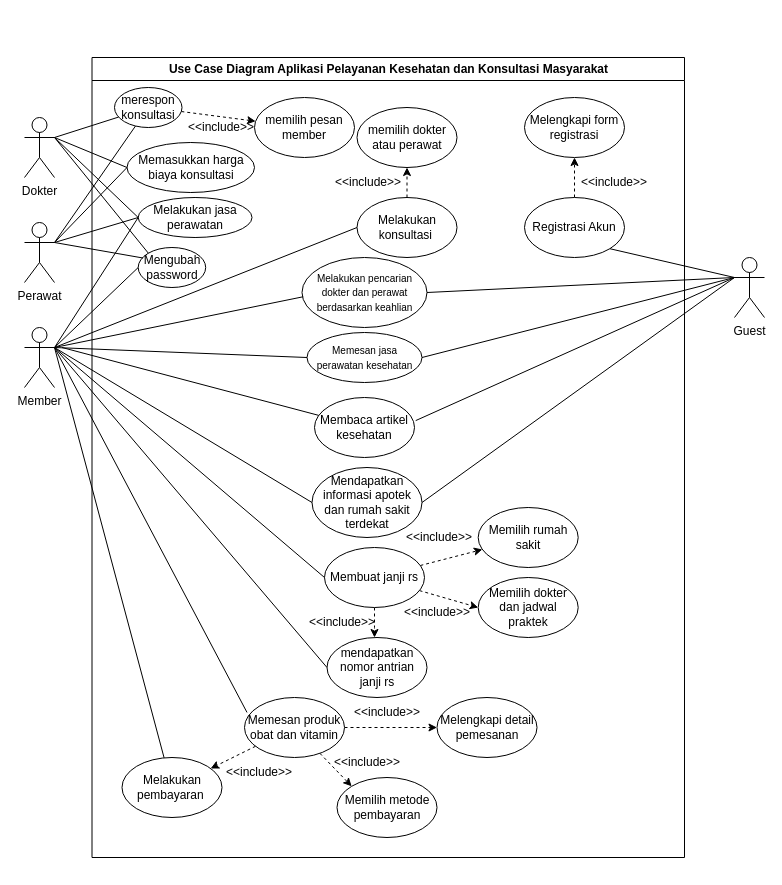
Earlier version of the draw.io diagram use case/use case ilham.drawio (Muhamadrafliseptian/rancangan-sistem-dan-dokumen). Source tidied: cells renumbered, new cells numbered last; positions are measured from the earlier drawing's top-left corner, leaving out a move shared by most shapes. Both pictures are drawn from the tidied source at 100%, with x=0, y=0 at pixel (24, 57).
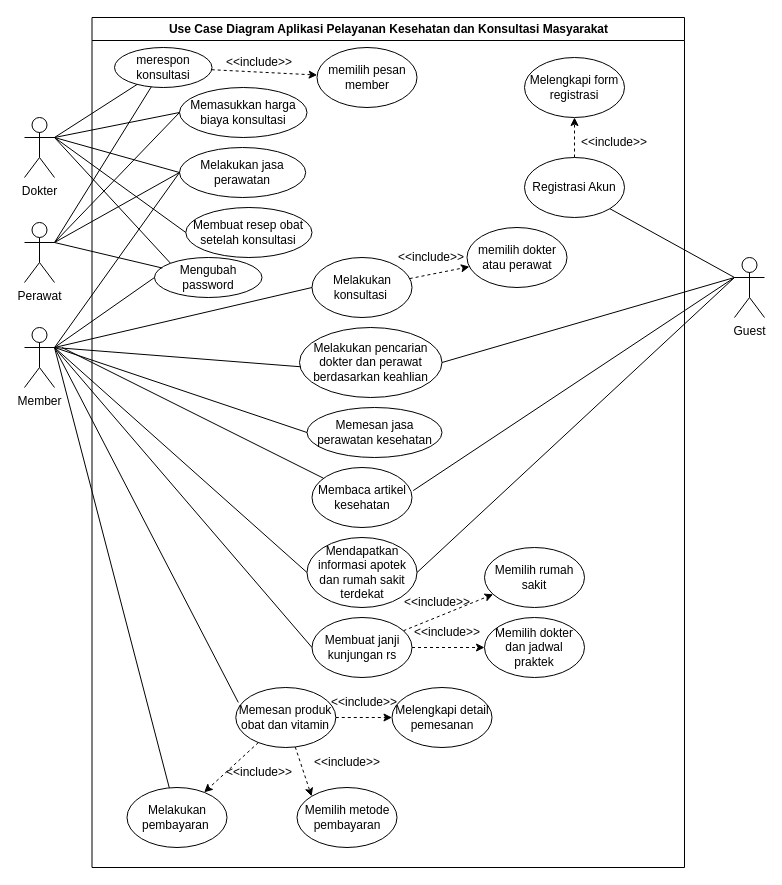
Above is the later version.

The change refers to these unchanged cells:
```xml
<mxCell id="47" value="Dokter" style="shape=umlActor;verticalLabelPosition=bottom;verticalAlign=top;html=1;outlineConnect=0;" parent="1" vertex="1">
  <mxGeometry y="60" width="30" height="60" as="geometry" />
</mxCell>
<mxCell id="64" value="Member" style="shape=umlActor;verticalLabelPosition=bottom;verticalAlign=top;html=1;outlineConnect=0;" parent="1" vertex="1">
  <mxGeometry y="270" width="30" height="60" as="geometry" />
</mxCell>
```

Change to the diagram source:
```diff
@@
     <mxCell id="2" value="Use Case Diagram Aplikasi Pelayanan Kesehatan dan Konsultasi Masyarakat" style="swimlane;whiteSpace=wrap;html=1;" parent="1" vertex="1">
-      <mxGeometry x="67.5" width="592.5" height="800" as="geometry" />
+      <mxGeometry x="67.5" y="-40" width="592.5" height="850" as="geometry" />
     </mxCell>
@@
     <mxCell id="7" value="Memasukkan harga biaya konsultasi" style="ellipse;whiteSpace=wrap;html=1;fillColor=default;strokeColor=default;" parent="2" vertex="1">
-      <mxGeometry x="35" y="85" width="127.5" height="50" as="geometry" />
+      <mxGeometry x="87.5" y="70" width="127.5" height="50" as="geometry" />
     </mxCell>
     <mxCell id="8" value="Membaca artikel kesehatan" style="ellipse;whiteSpace=wrap;html=1;" parent="2" vertex="1">
-      <mxGeometry x="222.5" y="340" width="100" height="60" as="geometry" />
+      <mxGeometry x="220" y="450" width="100" height="60" as="geometry" />
     </mxCell>
     <mxCell id="9" value="Mendapatkan informasi apotek dan rumah sakit terdekat" style="ellipse;whiteSpace=wrap;html=1;" parent="2" vertex="1">
-      <mxGeometry x="220" y="410" width="110" height="70" as="geometry" />
+      <mxGeometry x="215" y="520" width="110" height="70" as="geometry" />
     </mxCell>
@@
-    <mxCell id="12" style="edgeStyle=orthogonalEdgeStyle;rounded=0;jettySize=auto;html=1;entryX=0.5;entryY=0;entryDx=0;entryDy=0;dashed=1;" parent="2" edge="1" source="13">
-      <mxGeometry relative="1" as="geometry">
-        <mxPoint x="282.5" y="580" as="targetPoint" />
-      </mxGeometry>
-    </mxCell>
-    <mxCell id="13" value="Membuat janji rs" style="ellipse;whiteSpace=wrap;html=1;" parent="2" vertex="1">
-      <mxGeometry x="232.5" y="490" width="100" height="60" as="geometry" />
+    <mxCell id="13" value="Membuat janji&lt;br&gt;kunjungan rs" style="ellipse;whiteSpace=wrap;html=1;" parent="2" vertex="1">
+      <mxGeometry x="220" y="600" width="100" height="60" as="geometry" />
     </mxCell>
     <mxCell id="14" value="Memilih rumah sakit" style="ellipse;whiteSpace=wrap;html=1;" parent="2" vertex="1">
-      <mxGeometry x="386.2" y="450" width="100" height="60" as="geometry" />
+      <mxGeometry x="392.5" y="530" width="100" height="60" as="geometry" />
     </mxCell>
     <mxCell id="15" value="Memilih dokter dan jadwal praktek" style="ellipse;whiteSpace=wrap;html=1;" parent="2" vertex="1">
-      <mxGeometry x="386.2" y="520" width="100" height="60" as="geometry" />
+      <mxGeometry x="392.5" y="600" width="100" height="60" as="geometry" />
     </mxCell>
     <mxCell id="16" value="&amp;lt;&amp;lt;include&amp;gt;&amp;gt;" style="text;html=1;strokeColor=none;fillColor=none;align=center;verticalAlign=middle;whiteSpace=wrap;rounded=0;" parent="2" vertex="1">
-      <mxGeometry x="317.5" y="465" width="60" height="30" as="geometry" />
+      <mxGeometry x="315" y="570" width="60" height="30" as="geometry" />
     </mxCell>
     <mxCell id="17" value="&amp;lt;&amp;lt;include&amp;gt;&amp;gt;" style="text;html=1;strokeColor=none;fillColor=none;align=center;verticalAlign=middle;whiteSpace=wrap;rounded=0;" parent="2" vertex="1">
-      <mxGeometry x="315" y="540" width="60" height="30" as="geometry" />
+      <mxGeometry x="325" y="600" width="60" height="30" as="geometry" />
     </mxCell>
-    <mxCell id="18" value="mendapatkan nomor antrian janji rs" style="ellipse;whiteSpace=wrap;html=1;" parent="2" vertex="1">
-      <mxGeometry x="235" y="580" width="100" height="60" as="geometry" />
-    </mxCell>
-    <mxCell id="19" value="&amp;lt;&amp;lt;include&amp;gt;&amp;gt;" style="text;html=1;strokeColor=none;fillColor=none;align=center;verticalAlign=middle;whiteSpace=wrap;rounded=0;" parent="2" vertex="1">
-      <mxGeometry x="220" y="550" width="60" height="30" as="geometry" />
-    </mxCell>
@@
     <mxCell id="23" value="Memesan produk obat dan vitamin" style="ellipse;whiteSpace=wrap;html=1;fillColor=default;strokeColor=default;" parent="2" vertex="1">
-      <mxGeometry x="152.5" y="640" width="100" height="60" as="geometry" />
+      <mxGeometry x="143.8" y="670" width="100" height="60" as="geometry" />
     </mxCell>
     <mxCell id="24" value="Melengkapi detail pemesanan" style="ellipse;whiteSpace=wrap;html=1;" parent="2" vertex="1">
-      <mxGeometry x="345" y="640" width="100" height="60" as="geometry" />
+      <mxGeometry x="300" y="670" width="100" height="60" as="geometry" />
     </mxCell>
     <mxCell id="25" value="Memilih metode pembayaran" style="ellipse;whiteSpace=wrap;html=1;" parent="2" vertex="1">
-      <mxGeometry x="245" y="720" width="100" height="60" as="geometry" />
+      <mxGeometry x="205" y="770" width="100" height="60" as="geometry" />
     </mxCell>
     <mxCell id="26" value="&amp;lt;&amp;lt;include&amp;gt;&amp;gt;" style="text;html=1;strokeColor=none;fillColor=none;align=center;verticalAlign=middle;whiteSpace=wrap;rounded=0;" parent="2" vertex="1">
-      <mxGeometry x="137.5" y="700" width="60" height="30" as="geometry" />
+      <mxGeometry x="137.5" y="740" width="60" height="30" as="geometry" />
     </mxCell>
     <mxCell id="27" value="&amp;lt;&amp;lt;include&amp;gt;&amp;gt;" style="text;html=1;strokeColor=none;fillColor=none;align=center;verticalAlign=middle;whiteSpace=wrap;rounded=0;" parent="2" vertex="1">
-      <mxGeometry x="245" y="690" width="60" height="30" as="geometry" />
+      <mxGeometry x="225" y="730" width="60" height="30" as="geometry" />
     </mxCell>
     <mxCell id="28" value="Melakukan pembayaran&amp;nbsp;" style="ellipse;whiteSpace=wrap;html=1;" parent="2" vertex="1">
-      <mxGeometry x="30" y="700" width="100" height="60" as="geometry" />
+      <mxGeometry x="35" y="770" width="100" height="60" as="geometry" />
     </mxCell>
     <mxCell id="29" value="&amp;lt;&amp;lt;include&amp;gt;&amp;gt;" style="text;html=1;strokeColor=none;fillColor=none;align=center;verticalAlign=middle;whiteSpace=wrap;rounded=0;" parent="2" vertex="1">
-      <mxGeometry x="265" y="640" width="60" height="30" as="geometry" />
+      <mxGeometry x="242.5" y="670" width="60" height="30" as="geometry" />
     </mxCell>
-    <mxCell id="30" value="&lt;font style=&quot;font-size: 10px;&quot;&gt;Melakukan pencarian dokter dan perawat berdasarkan keahlian&lt;/font&gt;" style="ellipse;whiteSpace=wrap;html=1;" parent="2" vertex="1">
-      <mxGeometry x="210" y="200" width="125" height="70" as="geometry" />
+    <mxCell id="30" value="&lt;font style=&quot;font-size: 12px;&quot;&gt;Melakukan pencarian dokter dan perawat berdasarkan keahlian&lt;/font&gt;" style="ellipse;whiteSpace=wrap;html=1;" parent="2" vertex="1">
+      <mxGeometry x="207.5" y="310" width="142.5" height="70" as="geometry" />
     </mxCell>
-    <mxCell id="31" value="&lt;span style=&quot;font-size: 10px;&quot;&gt;Memesan jasa perawatan kesehatan&lt;/span&gt;" style="ellipse;whiteSpace=wrap;html=1;" parent="2" vertex="1">
-      <mxGeometry x="215" y="275" width="115" height="50" as="geometry" />
+    <mxCell id="31" value="&lt;font style=&quot;font-size: 12px;&quot;&gt;Memesan jasa perawatan kesehatan&lt;/font&gt;" style="ellipse;whiteSpace=wrap;html=1;" parent="2" vertex="1">
+      <mxGeometry x="215" y="390" width="135" height="50" as="geometry" />
     </mxCell>
@@
     <mxCell id="33" value="Melakukan konsultasi&amp;nbsp;" style="ellipse;whiteSpace=wrap;html=1;" parent="2" vertex="1">
-      <mxGeometry x="265" y="140" width="100" height="60" as="geometry" />
+      <mxGeometry x="220" y="240" width="100" height="60" as="geometry" />
     </mxCell>
@@
     <mxCell id="35" value="merespon konsultasi" style="ellipse;whiteSpace=wrap;html=1;fillColor=default;strokeColor=default;" parent="2" vertex="1">
-      <mxGeometry x="22.5" y="30" width="67.5" height="40" as="geometry" />
+      <mxGeometry x="22.5" y="30" width="97.5" height="40" as="geometry" />
     </mxCell>
     <mxCell id="36" value="memilih dokter&lt;br&gt;atau perawat" style="ellipse;whiteSpace=wrap;html=1;" parent="2" vertex="1">
-      <mxGeometry x="265" y="50" width="100" height="60" as="geometry" />
+      <mxGeometry x="375" y="210" width="100" height="60" as="geometry" />
     </mxCell>
@@
     <mxCell id="38" value="&amp;lt;&amp;lt;include&amp;gt;&amp;gt;" style="text;html=1;strokeColor=none;fillColor=none;align=center;verticalAlign=middle;whiteSpace=wrap;rounded=0;" parent="2" vertex="1">
-      <mxGeometry x="252.5" y="110" width="47.5" height="30" as="geometry" />
+      <mxGeometry x="315" y="225" width="47.5" height="30" as="geometry" />
     </mxCell>
     <mxCell id="39" value="memilih pesan member" style="ellipse;whiteSpace=wrap;html=1;" parent="2" vertex="1">
-      <mxGeometry x="162.5" y="40" width="100" height="60" as="geometry" />
+      <mxGeometry x="225" y="30" width="100" height="60" as="geometry" />
     </mxCell>
     <mxCell id="40" value="&amp;lt;&amp;lt;include&amp;gt;&amp;gt;" style="text;html=1;strokeColor=none;fillColor=none;align=center;verticalAlign=middle;whiteSpace=wrap;rounded=0;" parent="2" vertex="1">
-      <mxGeometry x="105" y="55" width="47.5" height="30" as="geometry" />
+      <mxGeometry x="143.8" y="30" width="47.5" height="30" as="geometry" />
     </mxCell>
     <mxCell id="41" value="Melakukan jasa perawatan" style="ellipse;whiteSpace=wrap;html=1;fillColor=default;strokeColor=default;" parent="2" vertex="1">
-      <mxGeometry x="46.2" y="140" width="113.8" height="40" as="geometry" />
+      <mxGeometry x="87.5" y="130" width="126.2" height="50" as="geometry" />
     </mxCell>
     <mxCell id="42" value="Mengubah password" style="ellipse;whiteSpace=wrap;html=1;fillColor=default;strokeColor=default;" parent="2" vertex="1">
-      <mxGeometry x="46.2" y="190" width="67.5" height="40" as="geometry" />
+      <mxGeometry x="62.5" y="240" width="107.5" height="40" as="geometry" />
     </mxCell>
+    <mxCell id="71" value="Membuat resep obat&lt;br&gt;setelah konsultasi" style="ellipse;whiteSpace=wrap;html=1;fillColor=default;strokeColor=default;" parent="2" vertex="1">
+      <mxGeometry x="93.8" y="190" width="126.2" height="50" as="geometry" />
+    </mxCell>
@@
+    <mxCell id="72" style="rounded=0;jettySize=auto;html=1;exitX=1;exitY=0.333;exitDx=0;exitDy=0;exitPerimeter=0;startArrow=none;startFill=0;endArrow=none;endFill=0;entryX=0;entryY=0.5;entryDx=0;entryDy=0;" parent="1" edge="1" source="47" target="71">
+      <mxGeometry relative="1" as="geometry" />
+    </mxCell>
@@
-    <mxCell id="56" style="rounded=0;jettySize=auto;html=1;entryX=0;entryY=0.5;entryDx=0;entryDy=0;exitX=1;exitY=0.3333333333333333;exitDx=0;exitDy=0;exitPerimeter=0;endArrow=none;endFill=0;" parent="1" edge="1" source="64" target="18">
-      <mxGeometry relative="1" as="geometry" />
-    </mxCell>
@@
-    <mxCell id="68" style="rounded=0;jettySize=auto;html=1;entryX=1;entryY=0.5;entryDx=0;entryDy=0;endArrow=none;endFill=0;" parent="1" edge="1" target="31">
-      <mxGeometry relative="1" as="geometry">
-        <mxPoint x="710" y="220" as="sourcePoint" />
-      </mxGeometry>
-    </mxCell>
```
